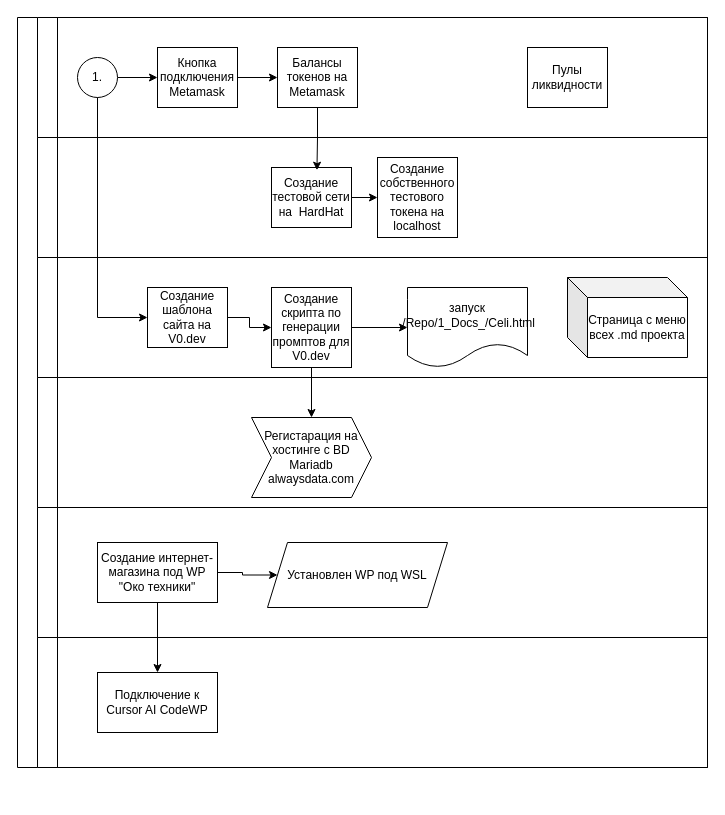
This is HardHat_1.drawio from ElvenRivendil/Diagrams_blocks_algoritms, a draw.io file, before an edit. Source tidied: cells renumbered, new cells numbered last; positions are measured from the earlier drawing's top-left corner, leaving out a move shared by most shapes. Both pictures are drawn from the tidied source at 100%, with x=0, y=0 at pixel (17, 17).
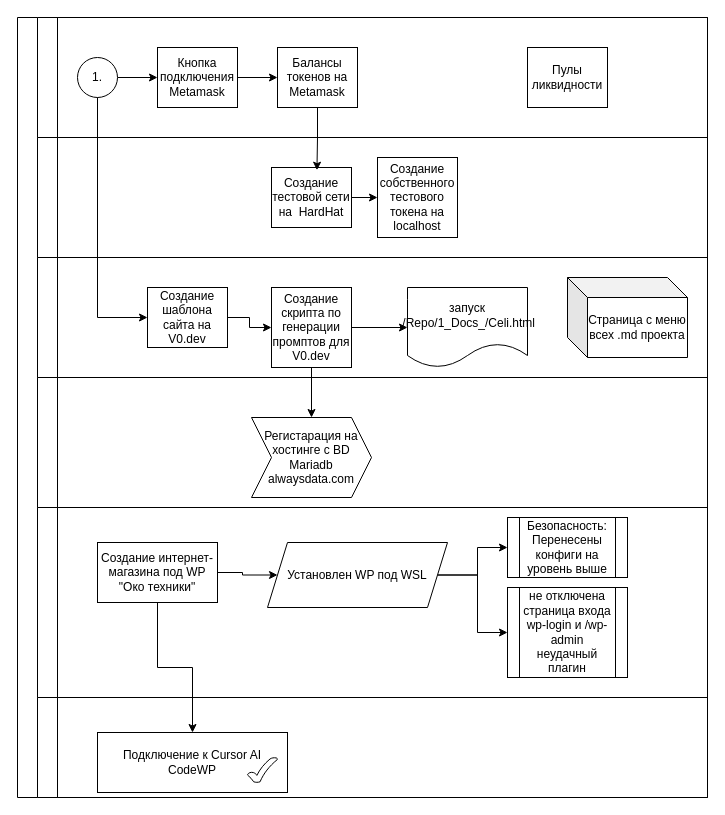
The same page after the edit.

The change refers to these unchanged cells:
```xml
<mxCell id="27" value="Установлен WP под WSL" style="shape=parallelogram;perimeter=parallelogramPerimeter;whiteSpace=wrap;html=1;fixedSize=1;" parent="24" vertex="1">
  <mxGeometry x="230" y="35" width="180" height="65" as="geometry" />
</mxCell>
```

Change to the diagram source:
```diff
@@
     <mxCell id="2" style="swimlane;html=1;horizontal=0;startSize=20;" parent="1" vertex="1">
-      <mxGeometry width="690" height="750" as="geometry" />
+      <mxGeometry width="690" height="780" as="geometry" />
     </mxCell>
@@
     <mxCell id="24" style="swimlane;html=1;startSize=20;horizontal=0;" parent="2" vertex="1">
-      <mxGeometry x="20" y="490" width="670" height="130" as="geometry" />
+      <mxGeometry x="20" y="490" width="670" height="190" as="geometry" />
     </mxCell>
@@
+    <mxCell id="33" style="edgeStyle=orthogonalEdgeStyle;rounded=0;jettySize=auto;html=1;exitX=1;exitY=0.5;exitDx=0;exitDy=0;entryX=0;entryY=0.5;entryDx=0;entryDy=0;" parent="24" edge="1" source="27" target="35">
+      <mxGeometry relative="1" as="geometry" />
+    </mxCell>
+    <mxCell id="34" style="edgeStyle=orthogonalEdgeStyle;rounded=0;jettySize=auto;html=1;exitX=1;exitY=0.5;exitDx=0;exitDy=0;entryX=0;entryY=0.5;entryDx=0;entryDy=0;" parent="24" edge="1" source="27" target="36">
+      <mxGeometry relative="1" as="geometry" />
+    </mxCell>
@@
+    <mxCell id="35" value="Безопасность:&lt;br&gt;Перенесены конфиги на уровень выше " style="shape=process;whiteSpace=wrap;html=1;backgroundOutline=1;" parent="24" vertex="1">
+      <mxGeometry x="470" y="10" width="120" height="60" as="geometry" />
+    </mxCell>
+    <mxCell id="36" value="&lt;div&gt;не отключена страница входа wp-login и /wp-admin&lt;/div&gt;&lt;div&gt;неудачный плагин&lt;/div&gt;" style="shape=process;whiteSpace=wrap;html=1;backgroundOutline=1;" parent="24" vertex="1">
+      <mxGeometry x="470" y="80" width="120" height="90" as="geometry" />
+    </mxCell>
@@
     <mxCell id="29" style="swimlane;html=1;startSize=20;horizontal=0;" parent="2" vertex="1">
-      <mxGeometry x="20" y="620" width="670" height="130" as="geometry" />
+      <mxGeometry x="20" y="680" width="670" height="100" as="geometry" />
     </mxCell>
+    <mxCell id="37" style="group;" parent="29" vertex="1">
+      <mxGeometry x="60" y="35" width="190" height="60" as="geometry" />
+    </mxCell>
-    <mxCell id="30" value="Подключение к Cursor AI CodeWP" style="rounded=0;whiteSpace=wrap;html=1;" parent="29" vertex="1">
-      <mxGeometry x="60" y="35" width="120" height="60" as="geometry" />
+    <mxCell id="30" value="Подключение к Cursor AI CodeWP" style="rounded=0;whiteSpace=wrap;html=1;" parent="37" vertex="1">
+      <mxGeometry width="190" height="60" as="geometry" />
     </mxCell>
+    <mxCell id="38" style="verticalLabelPosition=bottom;verticalAlign=top;html=1;shape=mxgraph.basic.tick;" parent="37" vertex="1">
+      <mxGeometry x="150" y="25" width="30" height="25" as="geometry" />
+    </mxCell>
```
